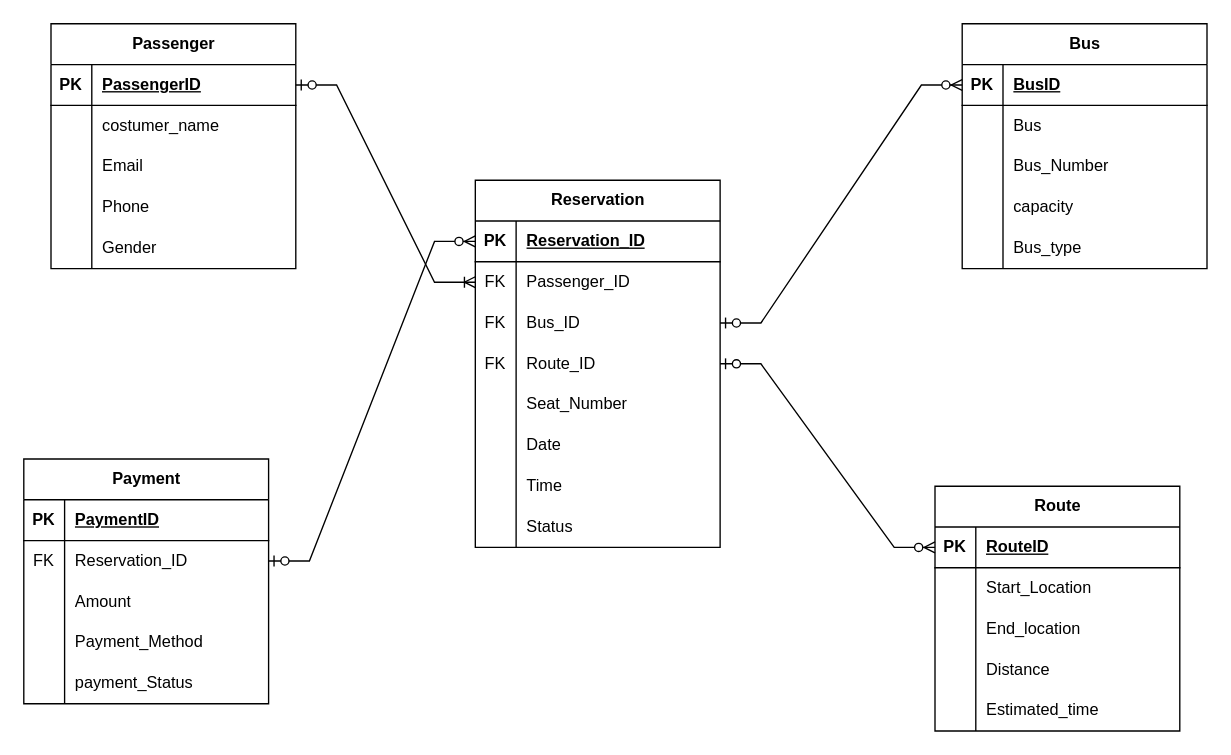
Earlier version of the draw.io diagram Bus Reservation System.drawio (jorge-102025/ERD). Source tidied: cells renumbered, new cells numbered last; positions are measured from the earlier drawing's top-left corner, leaving out a move shared by most shapes. Both pictures are drawn from the tidied source at 136%, with x=0, y=0 at pixel (23, 23).
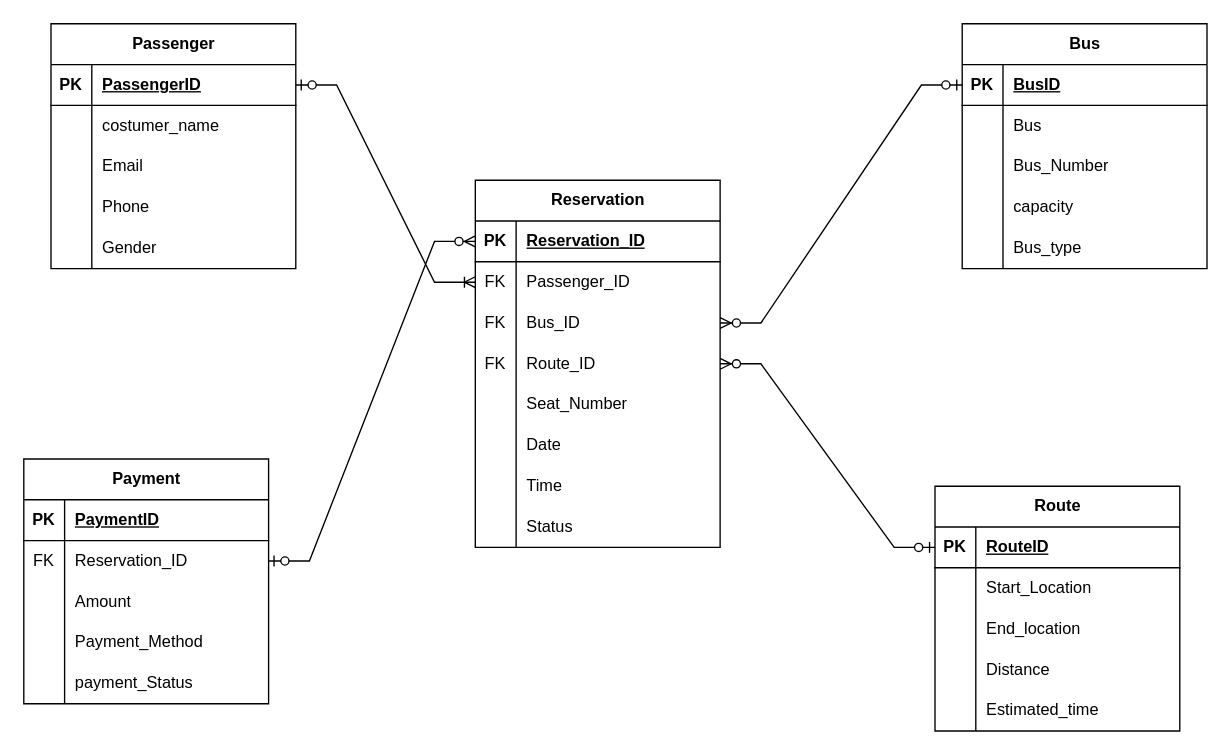
The same page after the edit.

The change refers to these unchanged cells:
```xml
<mxCell id="3" style="shape=tableRow;horizontal=0;startSize=0;swimlaneHead=0;swimlaneBody=0;fillColor=none;points=[[0,0.5],[1,0.5]];portConstraint=eastwest;top=0;left=0;right=0;bottom=1;" parent="2" vertex="1">
  <mxGeometry y="30" width="180" height="30" as="geometry" />
</mxCell>
<mxCell id="51" style="shape=tableRow;horizontal=0;startSize=0;swimlaneHead=0;swimlaneBody=0;fillColor=none;points=[[0,0.5],[1,0.5]];portConstraint=eastwest;top=0;left=0;right=0;bottom=1;" parent="50" vertex="1">
  <mxGeometry y="30" width="180" height="30" as="geometry" />
</mxCell>
<mxCell id="73" style="shape=tableRow;horizontal=0;startSize=0;swimlaneHead=0;swimlaneBody=0;fillColor=none;points=[[0,0.5],[1,0.5]];portConstraint=eastwest;top=0;left=0;right=0;bottom=0;" parent="66" vertex="1">
  <mxGeometry y="90" width="180" height="30" as="geometry" />
</mxCell>
<mxCell id="76" style="shape=tableRow;horizontal=0;startSize=0;swimlaneHead=0;swimlaneBody=0;fillColor=none;points=[[0,0.5],[1,0.5]];portConstraint=eastwest;top=0;left=0;right=0;bottom=0;" parent="66" vertex="1">
  <mxGeometry y="120" width="180" height="30" as="geometry" />
</mxCell>
```

Change to the diagram source:
```diff
@@
-    <mxCell id="93" style="edgeStyle=entityRelationEdgeStyle;fontSize=12;html=1;endArrow=ERzeroToMany;startArrow=ERzeroToOne;rounded=0;entryX=0;entryY=0.5;entryDx=0;entryDy=0;exitX=1;exitY=0.5;exitDx=0;exitDy=0;" parent="1" edge="1" source="76" target="51">
+    <mxCell id="93" style="edgeStyle=entityRelationEdgeStyle;fontSize=12;html=1;endArrow=ERzeroToMany;startArrow=ERzeroToOne;rounded=0;exitX=0;exitY=0.5;exitDx=0;exitDy=0;entryX=1;entryY=0.5;entryDx=0;entryDy=0;" parent="1" edge="1" source="51" target="76">
       <mxGeometry relative="1" as="geometry" />
     </mxCell>
-    <mxCell id="94" style="edgeStyle=entityRelationEdgeStyle;fontSize=12;html=1;endArrow=ERzeroToMany;startArrow=ERzeroToOne;rounded=0;exitX=1;exitY=0.5;exitDx=0;exitDy=0;entryX=0;entryY=0.5;entryDx=0;entryDy=0;" parent="1" edge="1" source="73" target="3">
+    <mxCell id="94" style="edgeStyle=entityRelationEdgeStyle;fontSize=12;html=1;endArrow=ERzeroToMany;startArrow=ERzeroToOne;rounded=0;exitX=0;exitY=0.5;exitDx=0;exitDy=0;entryX=1;entryY=0.5;entryDx=0;entryDy=0;" parent="1" edge="1" source="3" target="73">
       <mxGeometry relative="1" as="geometry" />
     </mxCell>
```
